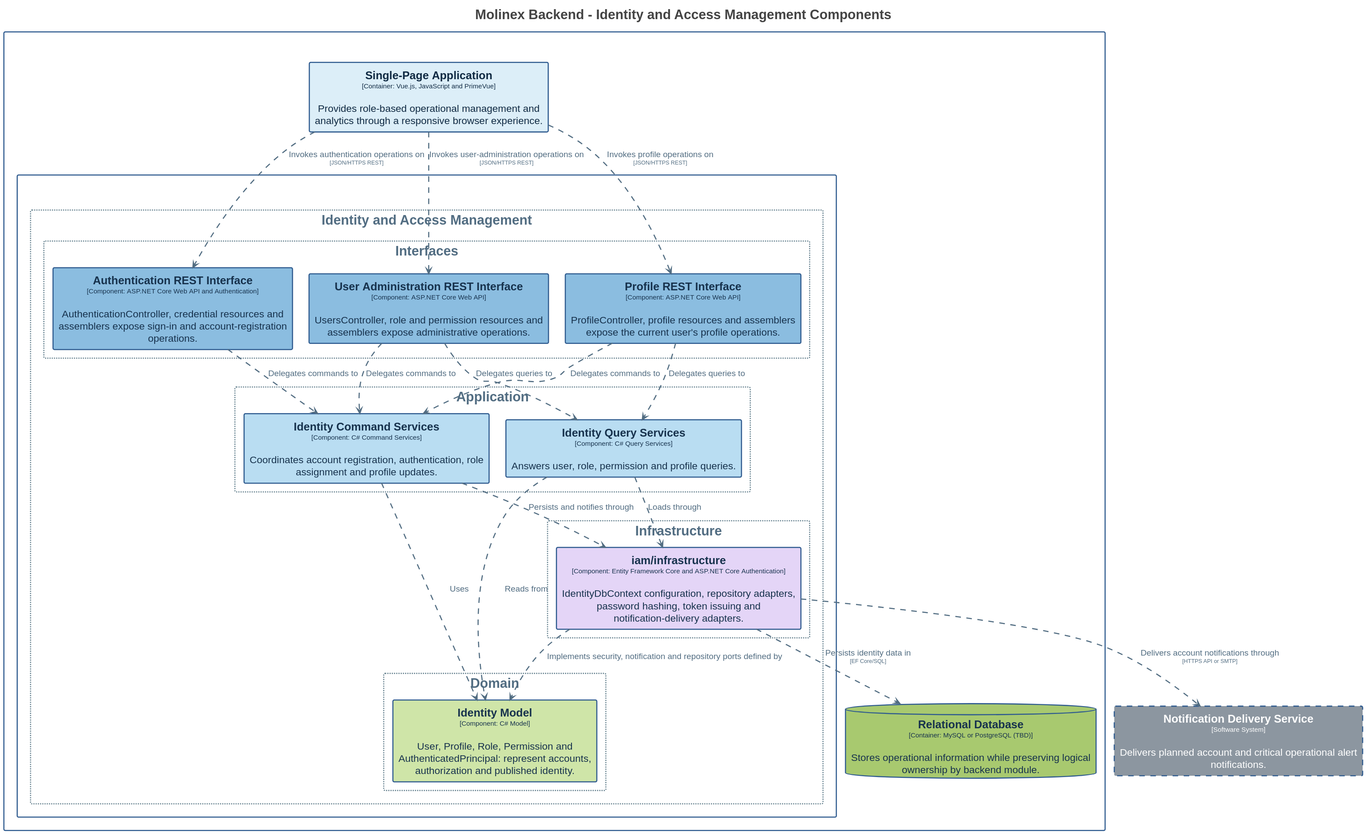
Before: assets/Images Chapter 4/Domain-Driven Software Architecture/C4 Model/backend-identity-access-management-component-diagram.svg, a diagram exported from PlantUML (Vanguard-app-web/molinex-report-apweb).
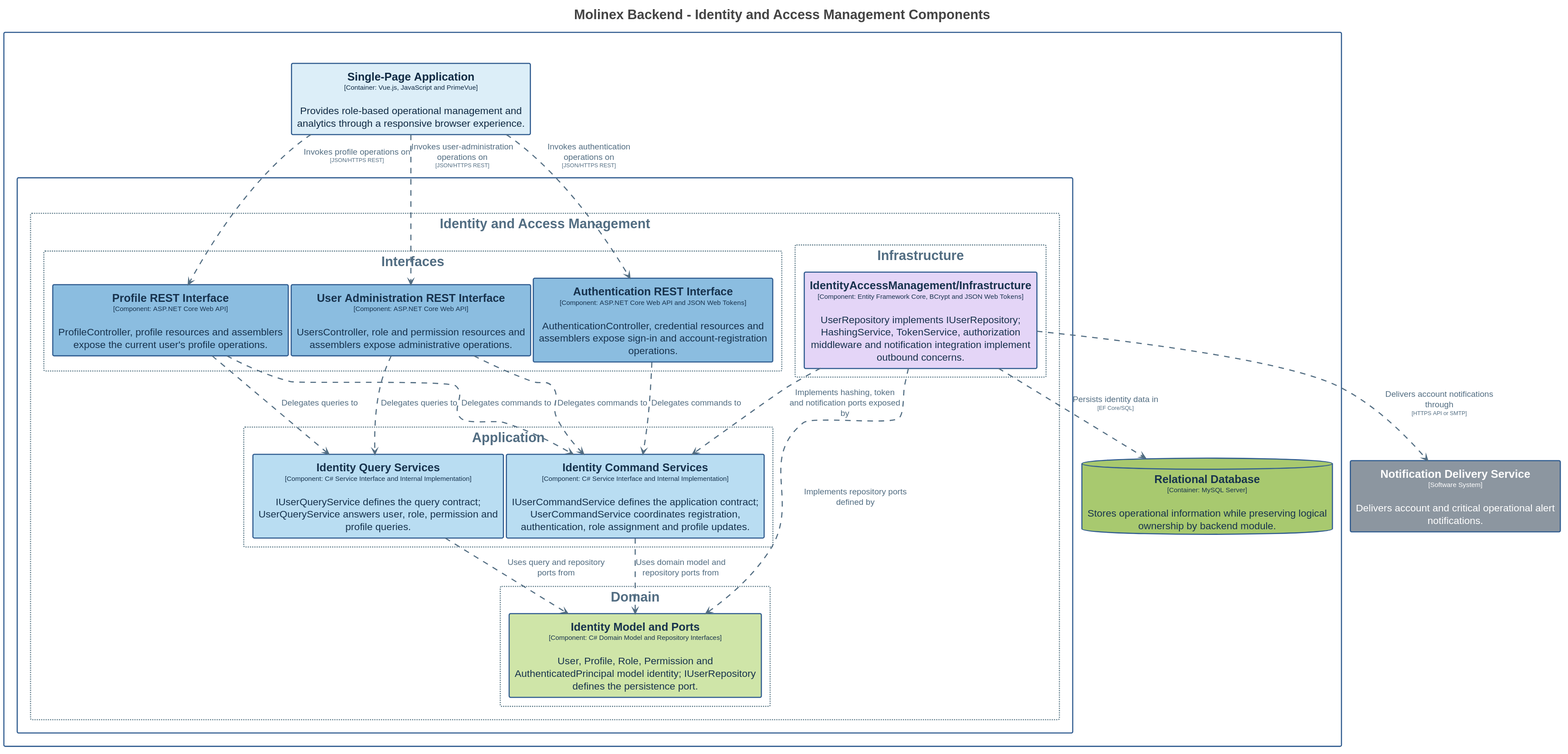
Above is the later version.

Diff of the diagram source:
```diff
@@ -3,8 +3,8 @@
 
 set separator none
 top to bottom direction
-skinparam ranksep 60
-skinparam nodesep 30
+skinparam ranksep 20
+skinparam nodesep 5
 hide stereotype
 
 <style>
@@ -84,11 +84,11 @@
     Shadowing: 0;
     MaximumWidth: 450;
   }
-  // Element,Software System,External System,Planned
-  .Element-RWxlbWVudCxTb2Z0d2FyZSBTeXN0ZW0sRXh0ZXJuYWwgU3lzdGVtLFBsYW5uZWQ= {
+  // Element,Software System,External System
+  .Element-RWxlbWVudCxTb2Z0d2FyZSBTeXN0ZW0sRXh0ZXJuYWwgU3lzdGVt {
     BackgroundColor: #8c96a0;
     LineColor: #2f5b8f;
-    LineStyle: 10-10;
+    LineStyle: 0;
     LineThickness: 2;
     FontColor: #ffffff;
     FontSize: 18;
@@ -103,6 +103,7 @@
     LineColor: #526d82;
     FontColor: #526d82;
     FontSize: 15;
+    MaximumWidth: 200;
   }
   // Molinex Platform
   .Boundary-TW9saW5leCBQbGF0Zm9ybQ== {
@@ -183,26 +184,26 @@
   }
 </style>
 
-rectangle "==Notification Delivery Service\n<size:12>[Software System]</size>\n\nDelivers planned account and critical operational alert notifications." <<Element-RWxlbWVudCxTb2Z0d2FyZSBTeXN0ZW0sRXh0ZXJuYWwgU3lzdGVtLFBsYW5uZWQ=>> as NotificationDeliveryService
+rectangle "==Notification Delivery Service\n<size:12>[Software System]</size>\n\nDelivers account and critical operational alert notifications." <<Element-RWxlbWVudCxTb2Z0d2FyZSBTeXN0ZW0sRXh0ZXJuYWwgU3lzdGVt>> as NotificationDeliveryService
 
 rectangle "Molinex Platform\n<size:12>[Software System]</size>" <<Boundary-TW9saW5leCBQbGF0Zm9ybQ==>> {
   rectangle "RESTful API\n<size:12>[Container: C#, ASP.NET Core and Entity Framework Core]</size>" <<Boundary-UkVTVGZ1bCBBUEk=>> {
-    rectangle "Identity and Access Management" <<Group-SWRlbnRpdHkgYW5kIEFjY2VzcyBNYW5hZ2VtZW50>> as groupSWRlbnRpdHkgYW5kIEFjY2VzcyBNYW5hZ2VtZW50 {
-        rectangle "Application" <<Group-SWRlbnRpdHkgYW5kIEFjY2VzcyBNYW5hZ2VtZW50L0FwcGxpY2F0aW9u>> as groupSWRlbnRpdHkgYW5kIEFjY2VzcyBNYW5hZ2VtZW50L0FwcGxpY2F0aW9u {
-          rectangle "==Identity Command Services\n<size:12>[Component: C# Command Services]</size>\n\nCoordinates account registration, authentication, role assignment and profile updates." <<Element-RWxlbWVudCxDb21wb25lbnQsQmFja2VuZCBBcHBsaWNhdGlvbiBMYXllcg==>> as MolinexPlatform.RESTfulAPI.IdentityCommandServices
-          rectangle "==Identity Query Services\n<size:12>[Component: C# Query Services]</size>\n\nAnswers user, role, permission and profile queries." <<Element-RWxlbWVudCxDb21wb25lbnQsQmFja2VuZCBBcHBsaWNhdGlvbiBMYXllcg==>> as MolinexPlatform.RESTfulAPI.IdentityQueryServices
+    rectangle "Identity and Access Management" <<Group-SWRlbnRpdHkgYW5kIEFjY2VzcyBNYW5hZ2VtZW50>> as group48 {
+        rectangle "Application" <<Group-SWRlbnRpdHkgYW5kIEFjY2VzcyBNYW5hZ2VtZW50L0FwcGxpY2F0aW9u>> as group49 {
+          rectangle "==Identity Command Services\n<size:12>[Component: C# Service Interface and Internal Implementation]</size>\n\nIUserCommandService defines the application contract; UserCommandService coordinates registration, authentication, role assignment and profile updates." <<Element-RWxlbWVudCxDb21wb25lbnQsQmFja2VuZCBBcHBsaWNhdGlvbiBMYXllcg==>> as MolinexPlatform.RESTfulAPI.IdentityCommandServices
+          rectangle "==Identity Query Services\n<size:12>[Component: C# Service Interface and Internal Implementation]</size>\n\nIUserQueryService defines the query contract; UserQueryService answers user, role, permission and profile queries." <<Element-RWxlbWVudCxDb21wb25lbnQsQmFja2VuZCBBcHBsaWNhdGlvbiBMYXllcg==>> as MolinexPlatform.RESTfulAPI.IdentityQueryServices
         }
 
-        rectangle "Domain" <<Group-SWRlbnRpdHkgYW5kIEFjY2VzcyBNYW5hZ2VtZW50L0RvbWFpbg==>> as groupSWRlbnRpdHkgYW5kIEFjY2VzcyBNYW5hZ2VtZW50L0RvbWFpbg== {
-          rectangle "==Identity Model\n<size:12>[Component: C# Model]</size>\n\nUser, Profile, Role, Permission and AuthenticatedPrincipal: represent accounts, authorization and published identity." <<Element-RWxlbWVudCxDb21wb25lbnQsQmFja2VuZCBEb21haW4=>> as MolinexPlatform.RESTfulAPI.IdentityModel
+        rectangle "Domain" <<Group-SWRlbnRpdHkgYW5kIEFjY2VzcyBNYW5hZ2VtZW50L0RvbWFpbg==>> as group50 {
+          rectangle "==Identity Model and Ports\n<size:12>[Component: C# Domain Model and Repository Interfaces]</size>\n\nUser, Profile, Role, Permission and AuthenticatedPrincipal model identity; IUserRepository defines the persistence port." <<Element-RWxlbWVudCxDb21wb25lbnQsQmFja2VuZCBEb21haW4=>> as MolinexPlatform.RESTfulAPI.IdentityModelandPorts
         }
 
-        rectangle "Infrastructure" <<Group-SWRlbnRpdHkgYW5kIEFjY2VzcyBNYW5hZ2VtZW50L0luZnJhc3RydWN0dXJl>> as groupSWRlbnRpdHkgYW5kIEFjY2VzcyBNYW5hZ2VtZW50L0luZnJhc3RydWN0dXJl {
-          rectangle "==iam/infrastructure\n<size:12>[Component: Entity Framework Core and ASP.NET Core Authentication]</size>\n\nIdentityDbContext configuration, repository adapters, password hashing, token issuing and notification-delivery adapters." <<Element-RWxlbWVudCxDb21wb25lbnQsQmFja2VuZCBJbmZyYXN0cnVjdHVyZQ==>> as MolinexPlatform.RESTfulAPI.iaminfrastructure
+        rectangle "Infrastructure" <<Group-SWRlbnRpdHkgYW5kIEFjY2VzcyBNYW5hZ2VtZW50L0luZnJhc3RydWN0dXJl>> as group51 {
+          rectangle "==IdentityAccessManagement/Infrastructure\n<size:12>[Component: Entity Framework Core, BCrypt and JSON Web Tokens]</size>\n\nUserRepository implements IUserRepository; HashingService, TokenService, authorization middleware and notification integration implement outbound concerns." <<Element-RWxlbWVudCxDb21wb25lbnQsQmFja2VuZCBJbmZyYXN0cnVjdHVyZQ==>> as MolinexPlatform.RESTfulAPI.IdentityAccessManagementInfrastructure
         }
 
-        rectangle "Interfaces" <<Group-SWRlbnRpdHkgYW5kIEFjY2VzcyBNYW5hZ2VtZW50L0ludGVyZmFjZXM=>> as groupSWRlbnRpdHkgYW5kIEFjY2VzcyBNYW5hZ2VtZW50L0ludGVyZmFjZXM= {
-          rectangle "==Authentication REST Interface\n<size:12>[Component: ASP.NET Core Web API and Authentication]</size>\n\nAuthenticationController, credential resources and assemblers expose sign-in and account-registration operations." <<Element-RWxlbWVudCxDb21wb25lbnQsQmFja2VuZCBJbnRlcmZhY2Vz>> as MolinexPlatform.RESTfulAPI.AuthenticationRESTInterface
+        rectangle "Interfaces" <<Group-SWRlbnRpdHkgYW5kIEFjY2VzcyBNYW5hZ2VtZW50L0ludGVyZmFjZXM=>> as group52 {
+          rectangle "==Authentication REST Interface\n<size:12>[Component: ASP.NET Core Web API and JSON Web Tokens]</size>\n\nAuthenticationController, credential resources and assemblers expose sign-in and account-registration operations." <<Element-RWxlbWVudCxDb21wb25lbnQsQmFja2VuZCBJbnRlcmZhY2Vz>> as MolinexPlatform.RESTfulAPI.AuthenticationRESTInterface
           rectangle "==User Administration REST Interface\n<size:12>[Component: ASP.NET Core Web API]</size>\n\nUsersController, role and permission resources and assemblers expose administrative operations." <<Element-RWxlbWVudCxDb21wb25lbnQsQmFja2VuZCBJbnRlcmZhY2Vz>> as MolinexPlatform.RESTfulAPI.UserAdministrationRESTInterface
           rectangle "==Profile REST Interface\n<size:12>[Component: ASP.NET Core Web API]</size>\n\nProfileController, profile resources and assemblers expose the current user's profile operations." <<Element-RWxlbWVudCxDb21wb25lbnQsQmFja2VuZCBJbnRlcmZhY2Vz>> as MolinexPlatform.RESTfulAPI.ProfileRESTInterface
         }
@@ -212,7 +213,7 @@
   }
 
   rectangle "==Single-Page Application\n<size:12>[Container: Vue.js, JavaScript and PrimeVue]</size>\n\nProvides role-based operational management and analytics through a responsive browser experience." <<Element-RWxlbWVudCxDb250YWluZXIsU1BB>> as MolinexPlatform.SinglePageApplication
-  database "==Relational Database\n<size:12>[Container: MySQL or PostgreSQL (TBD)]</size>\n\nStores operational information while preserving logical ownership by backend module." <<Element-RWxlbWVudCxDb250YWluZXIsRGF0YWJhc2U=>> as MolinexPlatform.RelationalDatabase
+  database "==Relational Database\n<size:12>[Container: MySQL Server]</size>\n\nStores operational information while preserving logical ownership by backend module." <<Element-RWxlbWVudCxDb250YWluZXIsRGF0YWJhc2U=>> as MolinexPlatform.RelationalDatabase
 }
 
 MolinexPlatform.SinglePageApplication --> MolinexPlatform.RESTfulAPI.AuthenticationRESTInterface <<Relationship-UmVsYXRpb25zaGlw>> : "Invokes authentication operations on\n<size:10>[JSON/HTTPS REST]</size>"
@@ -223,11 +224,10 @@
 MolinexPlatform.RESTfulAPI.UserAdministrationRESTInterface --> MolinexPlatform.RESTfulAPI.IdentityQueryServices <<Relationship-UmVsYXRpb25zaGlw>> : "Delegates queries to"
 MolinexPlatform.RESTfulAPI.ProfileRESTInterface --> MolinexPlatform.RESTfulAPI.IdentityCommandServices <<Relationship-UmVsYXRpb25zaGlw>> : "Delegates commands to"
 MolinexPlatform.RESTfulAPI.ProfileRESTInterface --> MolinexPlatform.RESTfulAPI.IdentityQueryServices <<Relationship-UmVsYXRpb25zaGlw>> : "Delegates queries to"
-MolinexPlatform.RESTfulAPI.IdentityCommandServices --> MolinexPlatform.RESTfulAPI.IdentityModel <<Relationship-UmVsYXRpb25zaGlw>> : "Uses"
-MolinexPlatform.RESTfulAPI.IdentityQueryServices --> MolinexPlatform.RESTfulAPI.IdentityModel <<Relationship-UmVsYXRpb25zaGlw>> : "Reads from"
-MolinexPlatform.RESTfulAPI.IdentityCommandServices --> MolinexPlatform.RESTfulAPI.iaminfrastructure <<Relationship-UmVsYXRpb25zaGlw>> : "Persists and notifies through"
-MolinexPlatform.RESTfulAPI.IdentityQueryServices --> MolinexPlatform.RESTfulAPI.iaminfrastructure <<Relationship-UmVsYXRpb25zaGlw>> : "Loads through"
-MolinexPlatform.RESTfulAPI.iaminfrastructure --> MolinexPlatform.RESTfulAPI.IdentityModel <<Relationship-UmVsYXRpb25zaGlw>> : "Implements security, notification and repository ports defined by"
-MolinexPlatform.RESTfulAPI.iaminfrastructure --> MolinexPlatform.RelationalDatabase <<Relationship-UmVsYXRpb25zaGlw>> : "Persists identity data in\n<size:10>[EF Core/SQL]</size>"
-MolinexPlatform.RESTfulAPI.iaminfrastructure --> NotificationDeliveryService <<Relationship-UmVsYXRpb25zaGlw>> : "Delivers account notifications through\n<size:10>[HTTPS API or SMTP]</size>"
+MolinexPlatform.RESTfulAPI.IdentityCommandServices --> MolinexPlatform.RESTfulAPI.IdentityModelandPorts <<Relationship-UmVsYXRpb25zaGlw>> : "Uses domain model and repository ports from"
+MolinexPlatform.RESTfulAPI.IdentityQueryServices --> MolinexPlatform.RESTfulAPI.IdentityModelandPorts <<Relationship-UmVsYXRpb25zaGlw>> : "Uses query and repository ports from"
+MolinexPlatform.RESTfulAPI.IdentityAccessManagementInfrastructure --> MolinexPlatform.RESTfulAPI.IdentityModelandPorts <<Relationship-UmVsYXRpb25zaGlw>> : "Implements repository ports defined by"
+MolinexPlatform.RESTfulAPI.IdentityAccessManagementInfrastructure --> MolinexPlatform.RESTfulAPI.IdentityCommandServices <<Relationship-UmVsYXRpb25zaGlw>> : "Implements hashing, token and notification ports exposed by"
+MolinexPlatform.RESTfulAPI.IdentityAccessManagementInfrastructure --> MolinexPlatform.RelationalDatabase <<Relationship-UmVsYXRpb25zaGlw>> : "Persists identity data in\n<size:10>[EF Core/SQL]</size>"
+MolinexPlatform.RESTfulAPI.IdentityAccessManagementInfrastructure --> NotificationDeliveryService <<Relationship-UmVsYXRpb25zaGlw>> : "Delivers account notifications through\n<size:10>[HTTPS API or SMTP]</size>"
 @enduml
```
